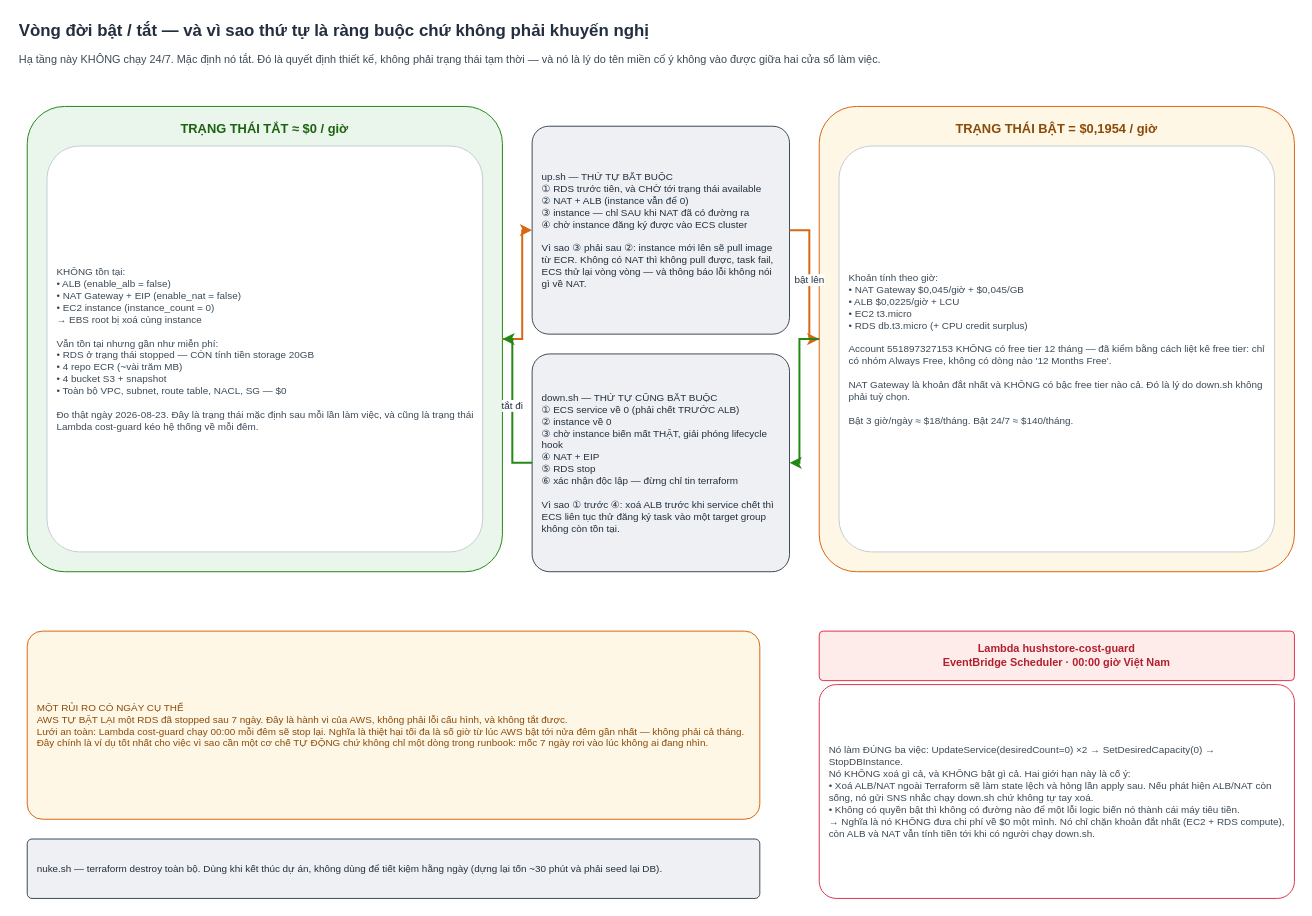
Before: page "4 — Vòng đời chi phí" (4 of 5) of docs/diagrams/hushstore-aws-2026.drawio in Elmira-Athena/PBL3, a draw.io diagram. Source tidied: cells renumbered, new cells numbered last; positions are measured from the earlier drawing's top-left corner, leaving out a move shared by most shapes. Both pictures are drawn from the tidied source at 99%, with x=0, y=0 at pixel (17, 17).
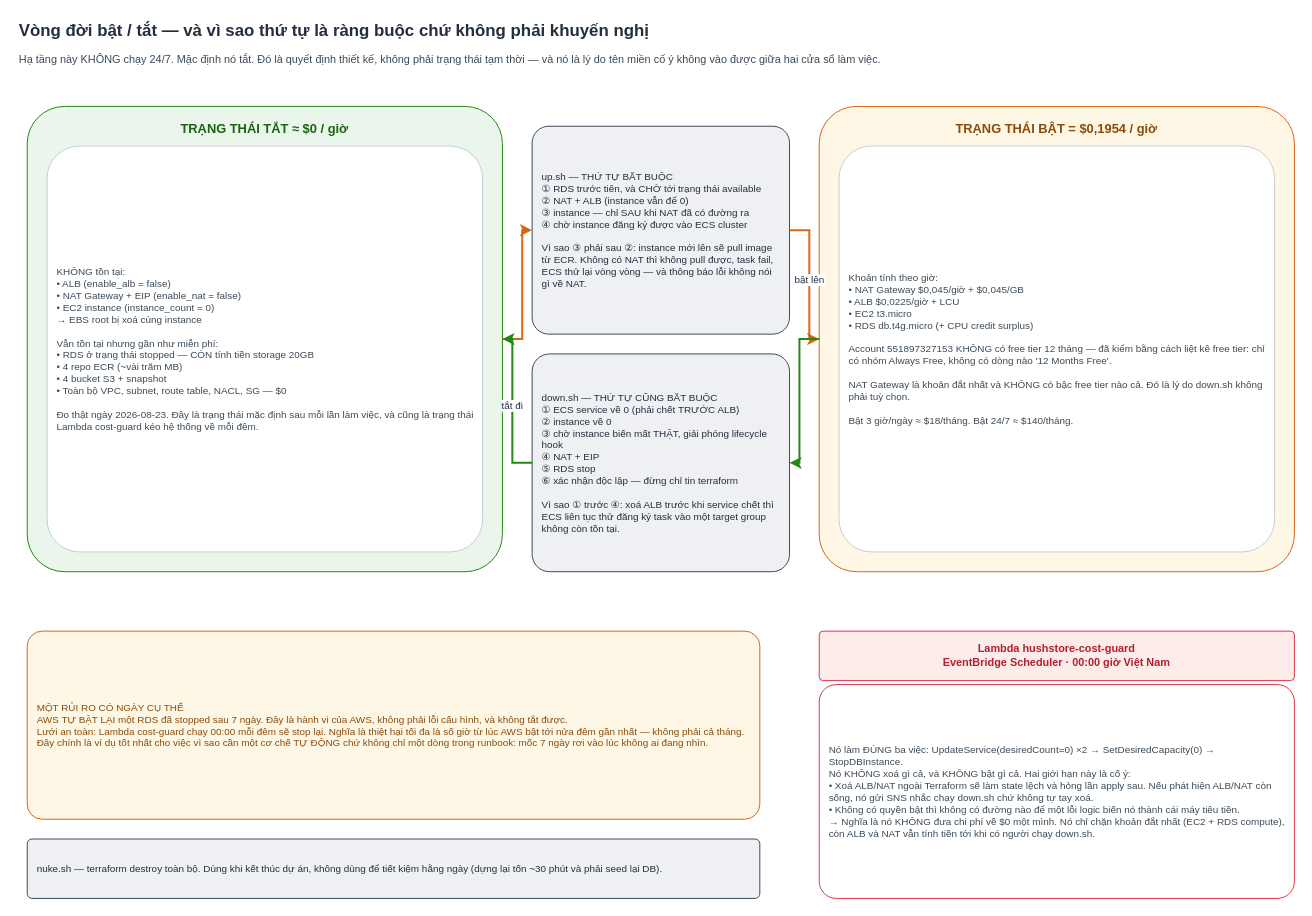
After the change.

The edit, as a diff of the source:
```diff
@@
 <mxGraphModel>
   <root>
     <mxCell id="0" />
     <mxCell id="1" parent="0" />
     <mxCell id="2" value="Vòng đời bật / tắt — và vì sao thứ tự là ràng buộc chứ không phải khuyến nghị" style="text;html=1;whiteSpace=wrap;fillColor=none;strokeColor=none;fontSize=17;fontColor=#232F3E;fontStyle=1;align=left;verticalAlign=middle;" parent="1" vertex="1">
       <mxGeometry width="1100" height="28" as="geometry" />
     </mxCell>
     <mxCell id="3" value="Hạ tầng này KHÔNG chạy 24/7. Mặc định nó tắt. Đó là quyết định thiết kế, không phải trạng thái tạm thời — và nó là lý do tên miền cố ý không vào được giữa hai cửa sổ làm việc." style="text;html=1;whiteSpace=wrap;fillColor=none;strokeColor=none;fontSize=11;fontColor=#3B4A57;align=left;verticalAlign=top;" parent="1" vertex="1">
       <mxGeometry y="30" width="1100" height="40" as="geometry" />
     </mxCell>
     <mxCell id="4" value="TRẠNG THÁI TẮT  ≈  $0 / giờ" style="rounded=1;arcSize=8;whiteSpace=wrap;html=1;fillColor=#EAF6EC;strokeColor=#248814;fontColor=#1B6310;fontSize=13;dashed=0;fontStyle=0;verticalAlign=middle;align=left;spacingLeft=8;spacingRight=8;fontStyle=1;align=center;verticalAlign=top;spacingTop=8;" parent="1" vertex="1">
       <mxGeometry x="10" y="90" width="480" height="470" as="geometry" />
     </mxCell>
     <mxCell id="5" value="KHÔNG tồn tại:&lt;br&gt;• ALB (enable_alb = false)&lt;br&gt;• NAT Gateway + EIP (enable_nat = false)&lt;br&gt;• EC2 instance (instance_count = 0)&lt;br&gt;  → EBS root bị xoá cùng instance&lt;br&gt;&lt;br&gt;Vẫn tồn tại nhưng gần như miễn phí:&lt;br&gt;• RDS ở trạng thái stopped — CÒN tính tiền storage 20GB&lt;br&gt;• 4 repo ECR (~vài trăm MB)&lt;br&gt;• 4 bucket S3 + snapshot&lt;br&gt;• Toàn bộ VPC, subnet, route table, NACL, SG — $0&lt;br&gt;&lt;br&gt;Đo thật ngày 2026-08-23. Đây là trạng thái mặc định sau mỗi lần làm việc, và cũng là trạng thái Lambda cost-guard kéo hệ thống về mỗi đêm." style="rounded=1;arcSize=8;whiteSpace=wrap;html=1;fillColor=#FFFFFF;strokeColor=#C6CDD4;fontColor=#3B4A57;fontSize=10;dashed=0;fontStyle=0;verticalAlign=middle;align=left;spacingLeft=8;spacingRight=8;" parent="1" vertex="1">
       <mxGeometry x="30" y="130" width="440" height="410" as="geometry" />
     </mxCell>
     <mxCell id="6" value="TRẠNG THÁI BẬT  =  $0,1954 / giờ" style="rounded=1;arcSize=8;whiteSpace=wrap;html=1;fillColor=#FFF7E6;strokeColor=#D86613;fontColor=#8A4B0A;fontSize=13;dashed=0;fontStyle=0;verticalAlign=middle;align=left;spacingLeft=8;spacingRight=8;fontStyle=1;align=center;verticalAlign=top;spacingTop=8;" parent="1" vertex="1">
       <mxGeometry x="810" y="90" width="480" height="470" as="geometry" />
     </mxCell>
-    <mxCell id="7" value="Khoản tính theo giờ:&lt;br&gt;• NAT Gateway  $0,045/giờ + $0,045/GB&lt;br&gt;• ALB  $0,0225/giờ + LCU&lt;br&gt;• EC2 t3.micro&lt;br&gt;• RDS db.t3.micro (+ CPU credit surplus)&lt;br&gt;&lt;br&gt;Account 551897327153 KHÔNG có free tier 12 tháng — đã kiểm bằng cách liệt kê free tier: chỉ có nhóm Always Free, không có dòng nào '12 Months Free'.&lt;br&gt;&lt;br&gt;NAT Gateway là khoản đắt nhất và KHÔNG có bậc free tier nào cả. Đó là lý do down.sh không phải tuỳ chọn.&lt;br&gt;&lt;br&gt;Bật 3 giờ/ngày ≈ $18/tháng. Bật 24/7 ≈ $140/tháng." style="rounded=1;arcSize=8;whiteSpace=wrap;html=1;fillColor=#FFFFFF;strokeColor=#C6CDD4;fontColor=#3B4A57;fontSize=10;dashed=0;fontStyle=0;verticalAlign=middle;align=left;spacingLeft=8;spacingRight=8;" parent="1" vertex="1">
+    <mxCell id="7" value="Khoản tính theo giờ:&lt;br&gt;• NAT Gateway  $0,045/giờ + $0,045/GB&lt;br&gt;• ALB  $0,0225/giờ + LCU&lt;br&gt;• EC2 t3.micro&lt;br&gt;• RDS db.t4g.micro (+ CPU credit surplus)&lt;br&gt;&lt;br&gt;Account 551897327153 KHÔNG có free tier 12 tháng — đã kiểm bằng cách liệt kê free tier: chỉ có nhóm Always Free, không có dòng nào '12 Months Free'.&lt;br&gt;&lt;br&gt;NAT Gateway là khoản đắt nhất và KHÔNG có bậc free tier nào cả. Đó là lý do down.sh không phải tuỳ chọn.&lt;br&gt;&lt;br&gt;Bật 3 giờ/ngày ≈ $18/tháng. Bật 24/7 ≈ $140/tháng." style="rounded=1;arcSize=8;whiteSpace=wrap;html=1;fillColor=#FFFFFF;strokeColor=#C6CDD4;fontColor=#3B4A57;fontSize=10;dashed=0;fontStyle=0;verticalAlign=middle;align=left;spacingLeft=8;spacingRight=8;" parent="1" vertex="1">
       <mxGeometry x="830" y="130" width="440" height="410" as="geometry" />
     </mxCell>
     <mxCell id="8" value="up.sh — THỨ TỰ BẮT BUỘC&lt;br&gt;① RDS trước tiên, và CHỜ tới trạng thái available&lt;br&gt;② NAT + ALB (instance vẫn để 0)&lt;br&gt;③ instance — chỉ SAU khi NAT đã có đường ra&lt;br&gt;④ chờ instance đăng ký được vào ECS cluster&lt;br&gt;&lt;br&gt;Vì sao ③ phải sau ②: instance mới lên sẽ pull image từ ECR. Không có NAT thì không pull được, task fail, ECS thử lại vòng vòng — và thông báo lỗi không nói gì về NAT." style="rounded=1;arcSize=8;whiteSpace=wrap;html=1;fillColor=#EEF0F3;strokeColor=#3B4A57;fontColor=#232F3E;fontSize=10;dashed=0;fontStyle=0;verticalAlign=middle;align=left;spacingLeft=8;spacingRight=8;" parent="1" vertex="1">
       <mxGeometry x="520" y="110" width="260" height="210" as="geometry" />
     </mxCell>
     <mxCell id="9" value="down.sh — THỨ TỰ CŨNG BẮT BUỘC&lt;br&gt;① ECS service về 0 (phải chết TRƯỚC ALB)&lt;br&gt;② instance về 0&lt;br&gt;③ chờ instance biến mất THẬT, giải phóng lifecycle hook&lt;br&gt;④ NAT + EIP&lt;br&gt;⑤ RDS stop&lt;br&gt;⑥ xác nhận độc lập — đừng chỉ tin terraform&lt;br&gt;&lt;br&gt;Vì sao ① trước ④: xoá ALB trước khi service chết thì ECS liên tục thử đăng ký task vào một target group không còn tồn tại." style="rounded=1;arcSize=8;whiteSpace=wrap;html=1;fillColor=#EEF0F3;strokeColor=#3B4A57;fontColor=#232F3E;fontSize=10;dashed=0;fontStyle=0;verticalAlign=middle;align=left;spacingLeft=8;spacingRight=8;" parent="1" vertex="1">
       <mxGeometry x="520" y="340" width="260" height="220" as="geometry" />
     </mxCell>
     <mxCell id="10" style="edgeStyle=orthogonalEdgeStyle;rounded=0;html=1;jettySize=auto;fontSize=10;fontColor=#232F3E;labelBackgroundColor=#ffffff;strokeWidth=2;strokeColor=#D86613;" parent="1" edge="1" source="4" target="8">
       <mxGeometry relative="1" as="geometry" />
     </mxCell>
     <mxCell id="11" value="bật lên" style="edgeStyle=orthogonalEdgeStyle;rounded=0;html=1;jettySize=auto;fontSize=10;fontColor=#232F3E;labelBackgroundColor=#ffffff;strokeWidth=2;strokeColor=#D86613;" parent="1" edge="1" source="8" target="6">
       <mxGeometry relative="1" as="geometry" />
     </mxCell>
     <mxCell id="12" style="edgeStyle=orthogonalEdgeStyle;rounded=0;html=1;jettySize=auto;fontSize=10;fontColor=#232F3E;labelBackgroundColor=#ffffff;strokeWidth=2;strokeColor=#248814;" parent="1" edge="1" source="6" target="9">
       <mxGeometry relative="1" as="geometry" />
     </mxCell>
     <mxCell id="13" value="tắt đi" style="edgeStyle=orthogonalEdgeStyle;rounded=0;html=1;jettySize=auto;fontSize=10;fontColor=#232F3E;labelBackgroundColor=#ffffff;strokeWidth=2;strokeColor=#248814;" parent="1" edge="1" source="9" target="4">
       <mxGeometry relative="1" as="geometry" />
     </mxCell>
     <mxCell id="14" value="Lambda hushstore-cost-guard&lt;br&gt;EventBridge Scheduler · 00:00 giờ Việt Nam" style="rounded=1;arcSize=8;whiteSpace=wrap;html=1;fillColor=#FDECEA;strokeColor=#DD344C;fontColor=#B0202F;fontSize=11;dashed=0;fontStyle=0;verticalAlign=middle;align=left;spacingLeft=8;spacingRight=8;fontStyle=1;align=center;" parent="1" vertex="1">
       <mxGeometry x="810" y="620" width="480" height="50" as="geometry" />
     </mxCell>
     <mxCell id="15" value="Nó làm ĐÚNG ba việc: UpdateService(desiredCount=0) ×2 → SetDesiredCapacity(0) → StopDBInstance.&lt;br&gt;Nó KHÔNG xoá gì cả, và KHÔNG bật gì cả. Hai giới hạn này là cố ý:&lt;br&gt;• Xoá ALB/NAT ngoài Terraform sẽ làm state lệch và hỏng lần apply sau. Nếu phát hiện ALB/NAT còn sống, nó gửi SNS nhắc chạy down.sh chứ không tự tay xoá.&lt;br&gt;• Không có quyền bật thì không có đường nào để một lỗi logic biến nó thành cái máy tiêu tiền.&lt;br&gt;→ Nghĩa là nó KHÔNG đưa chi phí về $0 một mình. Nó chỉ chặn khoản đắt nhất (EC2 + RDS compute), còn ALB và NAT vẫn tính tiền tới khi có người chạy down.sh." style="rounded=1;arcSize=8;whiteSpace=wrap;html=1;fillColor=#FFFFFF;strokeColor=#DD344C;fontColor=#3B4A57;fontSize=10;dashed=0;fontStyle=0;verticalAlign=middle;align=left;spacingLeft=8;spacingRight=8;" parent="1" vertex="1">
       <mxGeometry x="810" y="674" width="480" height="216" as="geometry" />
     </mxCell>
     <mxCell id="16" value="MỘT RỦI RO CÓ NGÀY CỤ THỂ&lt;br&gt;AWS TỰ BẬT LẠI một RDS đã stopped sau 7 ngày. Đây là hành vi của AWS, không phải lỗi cấu hình, và không tắt được.&lt;br&gt;Lưới an toàn: Lambda cost-guard chạy 00:00 mỗi đêm sẽ stop lại. Nghĩa là thiệt hại tối đa là số giờ từ lúc AWS bật tới nửa đêm gần nhất — không phải cả tháng.&lt;br&gt;Đây chính là ví dụ tốt nhất cho việc vì sao cần một cơ chế TỰ ĐỘNG chứ không chỉ một dòng trong runbook: mốc 7 ngày rơi vào lúc không ai đang nhìn." style="rounded=1;arcSize=8;whiteSpace=wrap;html=1;fillColor=#FFF7E6;strokeColor=#D86613;fontColor=#8A4B0A;fontSize=10;dashed=0;fontStyle=0;verticalAlign=middle;align=left;spacingLeft=8;spacingRight=8;" parent="1" vertex="1">
       <mxGeometry x="10" y="620" width="740" height="190" as="geometry" />
     </mxCell>
     <mxCell id="17" value="nuke.sh — terraform destroy toàn bộ. Dùng khi kết thúc dự án, không dùng để tiết kiệm hằng ngày (dựng lại tốn ~30 phút và phải seed lại DB)." style="rounded=1;arcSize=8;whiteSpace=wrap;html=1;fillColor=#EEF0F3;strokeColor=#3B4A57;fontColor=#232F3E;fontSize=10;dashed=0;fontStyle=0;verticalAlign=middle;align=left;spacingLeft=8;spacingRight=8;" parent="1" vertex="1">
       <mxGeometry x="10" y="830" width="740" height="60" as="geometry" />
     </mxCell>
   </root>
 </mxGraphModel>
```
